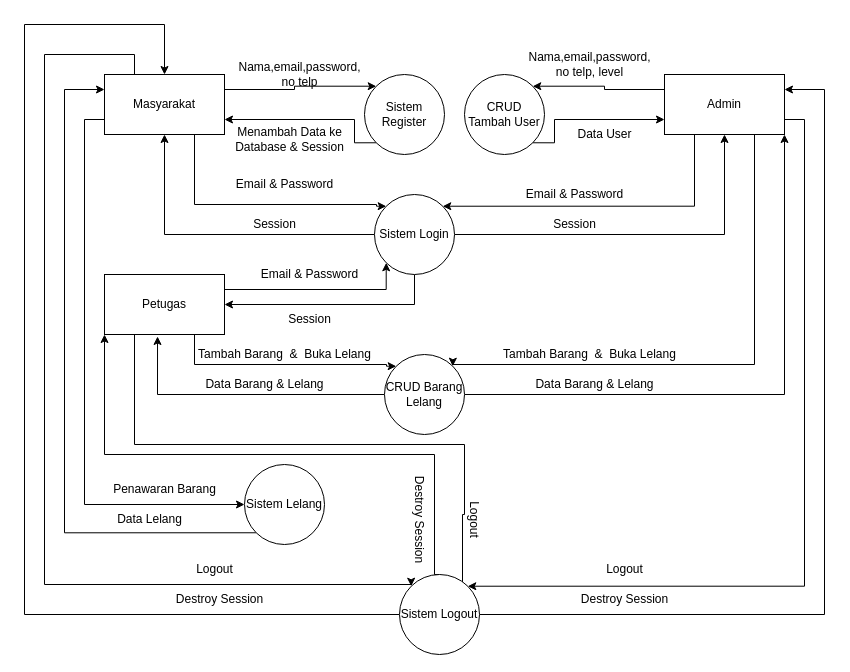
Before: page "DFD" (3 of 12) of Untitled Diagram.drawio in Enricko/UML, a draw.io diagram. Source tidied: cells renumbered, new cells numbered last; positions are measured from the earlier drawing's top-left corner, leaving out a move shared by most shapes. Both pictures are drawn from the tidied source at 100%, with x=0, y=0 at pixel (24, 24).
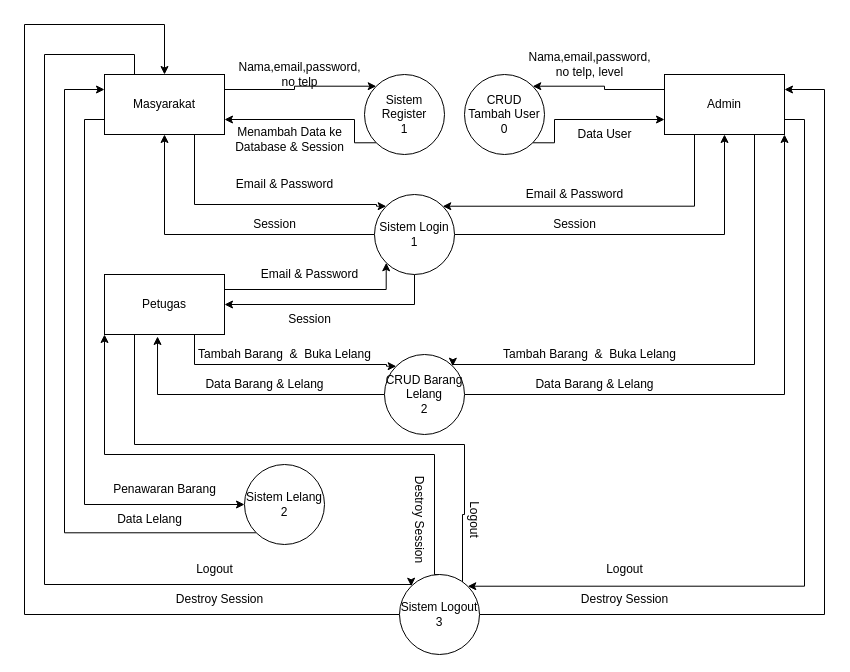
The same page after the edit.

What changed in the source:
```diff
@@
-    <mxCell id="8" value="Sistem Register" style="ellipse;whiteSpace=wrap;html=1;" parent="1" vertex="1">
+    <mxCell id="8" value="Sistem Register&lt;br&gt;1" style="ellipse;whiteSpace=wrap;html=1;" parent="1" vertex="1">
       <mxGeometry x="340" y="50" width="80" height="80" as="geometry" />
     </mxCell>
@@
-    <mxCell id="14" value="Sistem Login" style="ellipse;whiteSpace=wrap;html=1;" parent="1" vertex="1">
+    <mxCell id="14" value="Sistem Login&lt;br&gt;1" style="ellipse;whiteSpace=wrap;html=1;" parent="1" vertex="1">
       <mxGeometry x="350" y="170" width="80" height="80" as="geometry" />
     </mxCell>
@@
-    <mxCell id="29" value="CRUD Tambah User" style="ellipse;whiteSpace=wrap;html=1;" parent="1" vertex="1">
+    <mxCell id="29" value="CRUD Tambah User&lt;br&gt;0" style="ellipse;whiteSpace=wrap;html=1;" parent="1" vertex="1">
       <mxGeometry x="440" y="50" width="80" height="80" as="geometry" />
     </mxCell>
@@
-    <mxCell id="36" value="CRUD Barang Lelang" style="ellipse;whiteSpace=wrap;html=1;" parent="1" vertex="1">
+    <mxCell id="36" value="CRUD Barang Lelang&lt;br&gt;2" style="ellipse;whiteSpace=wrap;html=1;" parent="1" vertex="1">
       <mxGeometry x="360" y="330" width="80" height="80" as="geometry" />
     </mxCell>
@@
-    <mxCell id="42" value="Sistem Lelang" style="ellipse;whiteSpace=wrap;html=1;" parent="1" vertex="1">
+    <mxCell id="42" value="Sistem Lelang&lt;br&gt;2" style="ellipse;whiteSpace=wrap;html=1;" parent="1" vertex="1">
       <mxGeometry x="220" y="440" width="80" height="80" as="geometry" />
     </mxCell>
@@
-    <mxCell id="48" value="Sistem Logout" style="ellipse;whiteSpace=wrap;html=1;" parent="1" vertex="1">
+    <mxCell id="48" value="Sistem Logout&lt;br&gt;3" style="ellipse;whiteSpace=wrap;html=1;" parent="1" vertex="1">
       <mxGeometry x="375" y="550" width="80" height="80" as="geometry" />
     </mxCell>
```
